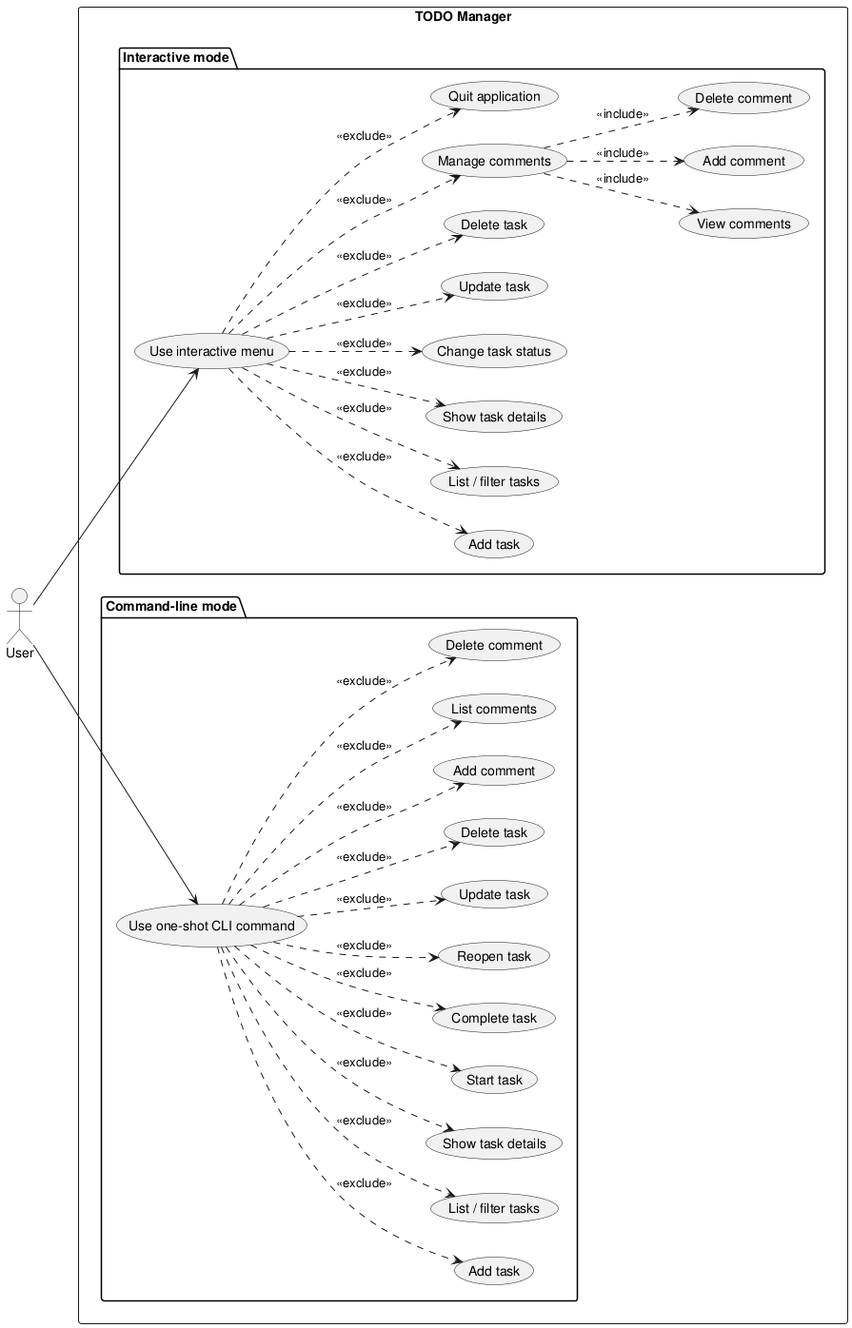
Above: experiments/supervisor_as_tools/structured_text/TODO/artifacts/use_case_diagram.png in DanielRiha8906/Software_autoevolution_using_agents (PlantUML), before the change. Its diagram source:
```plantuml
@startuml use_case_diagram

left to right direction

actor User

rectangle "TODO Manager" {

  package "Interactive mode" {
    usecase "Use interactive menu" as UI
    usecase "Add task" as I_ADD
    usecase "List / filter tasks" as I_LIST
    usecase "Show task details" as I_SHOW
    usecase "Change task status" as I_STATUS
    usecase "Update task" as I_UPDATE
    usecase "Delete task" as I_DELETE
    usecase "Manage comments" as I_COMMENTS
    usecase "View comments" as I_VIEW_COMMENTS
    usecase "Add comment" as I_ADD_COMMENT
    usecase "Delete comment" as I_DELETE_COMMENT
    usecase "Quit application" as I_QUIT
  }

  package "Command-line mode" {
    usecase "Use one-shot CLI command" as CLI
    usecase "Add task" as C_ADD
    usecase "List / filter tasks" as C_LIST
    usecase "Show task details" as C_SHOW
    usecase "Start task" as C_START
    usecase "Complete task" as C_DONE
    usecase "Reopen task" as C_REOPEN
    usecase "Update task" as C_UPDATE
    usecase "Delete task" as C_DELETE
    usecase "Add comment" as C_ADD_COMMENT
    usecase "List comments" as C_LIST_COMMENTS
    usecase "Delete comment" as C_DELETE_COMMENT
  }
}

User --> UI
User --> CLI

UI ..> I_ADD       : <<exclude>>
UI ..> I_LIST      : <<exclude>>
UI ..> I_SHOW      : <<exclude>>
UI ..> I_STATUS    : <<exclude>>
UI ..> I_UPDATE    : <<exclude>>
UI ..> I_DELETE    : <<exclude>>
UI ..> I_COMMENTS  : <<exclude>>
I_COMMENTS ..> I_VIEW_COMMENTS    : <<include>>
I_COMMENTS ..> I_ADD_COMMENT      : <<include>>
I_COMMENTS ..> I_DELETE_COMMENT   : <<include>>
UI ..> I_QUIT      : <<exclude>>

CLI ..> C_ADD            : <<exclude>>
CLI ..> C_LIST           : <<exclude>>
CLI ..> C_SHOW           : <<exclude>>
CLI ..> C_START          : <<exclude>>
CLI ..> C_DONE           : <<exclude>>
CLI ..> C_REOPEN         : <<exclude>>
CLI ..> C_UPDATE         : <<exclude>>
CLI ..> C_DELETE         : <<exclude>>
CLI ..> C_ADD_COMMENT    : <<exclude>>
CLI ..> C_LIST_COMMENTS  : <<exclude>>
CLI ..> C_DELETE_COMMENT : <<exclude>>

@enduml
```
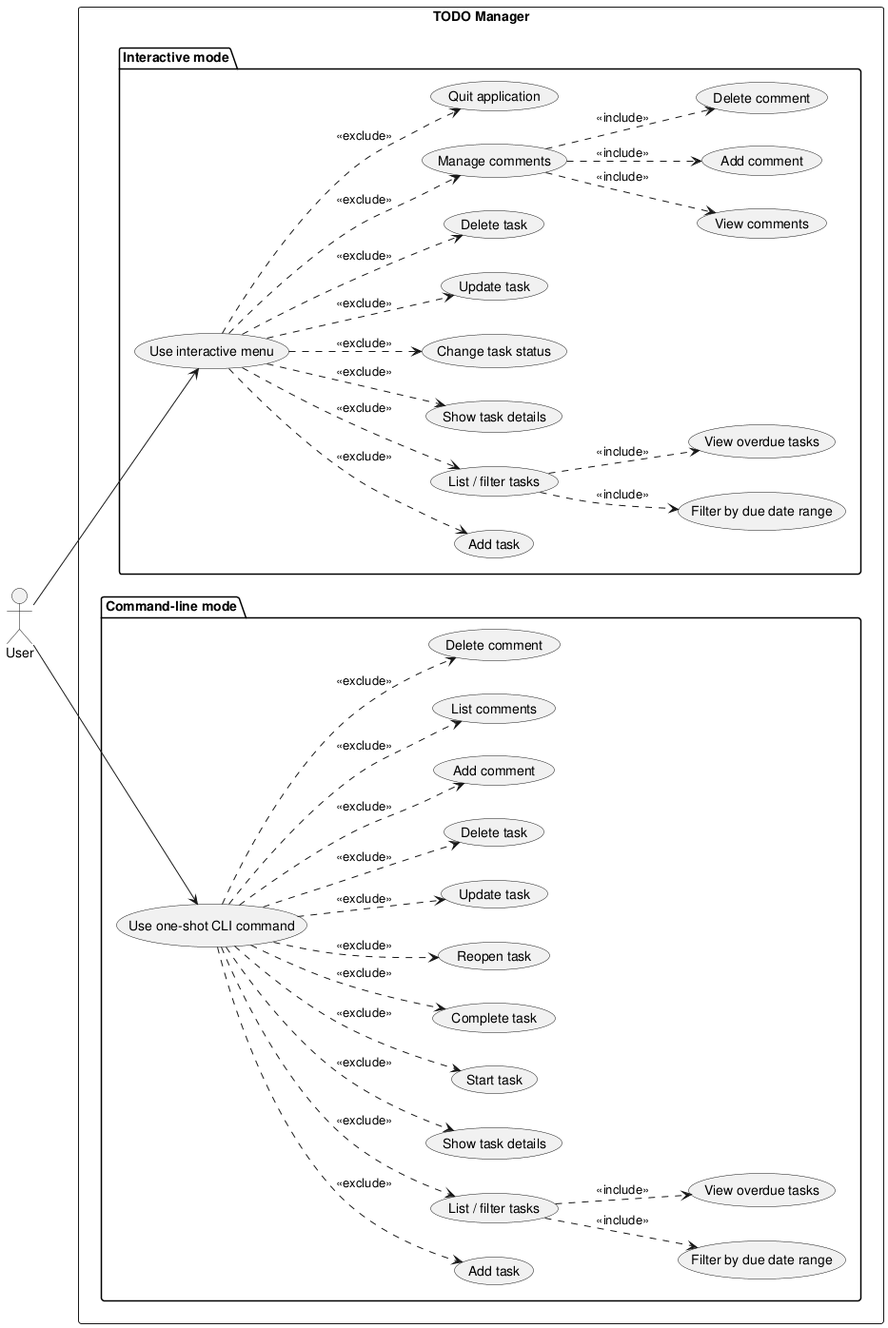
After the commit.

Change to the diagram source:
```diff
@@ -10,6 +10,8 @@
     usecase "Use interactive menu" as UI
     usecase "Add task" as I_ADD
     usecase "List / filter tasks" as I_LIST
+    usecase "Filter by due date range" as I_DUE_RANGE
+    usecase "View overdue tasks" as I_OVERDUE
     usecase "Show task details" as I_SHOW
     usecase "Change task status" as I_STATUS
     usecase "Update task" as I_UPDATE
@@ -25,6 +27,8 @@
     usecase "Use one-shot CLI command" as CLI
     usecase "Add task" as C_ADD
     usecase "List / filter tasks" as C_LIST
+    usecase "Filter by due date range" as C_DUE_RANGE
+    usecase "View overdue tasks" as C_OVERDUE
     usecase "Show task details" as C_SHOW
     usecase "Start task" as C_START
     usecase "Complete task" as C_DONE
@@ -42,6 +46,8 @@
 
 UI ..> I_ADD       : <<exclude>>
 UI ..> I_LIST      : <<exclude>>
+I_LIST ..> I_DUE_RANGE : <<include>>
+I_LIST ..> I_OVERDUE : <<include>>
 UI ..> I_SHOW      : <<exclude>>
 UI ..> I_STATUS    : <<exclude>>
 UI ..> I_UPDATE    : <<exclude>>
@@ -54,6 +60,8 @@
 
 CLI ..> C_ADD            : <<exclude>>
 CLI ..> C_LIST           : <<exclude>>
+C_LIST ..> C_DUE_RANGE : <<include>>
+C_LIST ..> C_OVERDUE : <<include>>
 CLI ..> C_SHOW           : <<exclude>>
 CLI ..> C_START          : <<exclude>>
 CLI ..> C_DONE           : <<exclude>>
```
